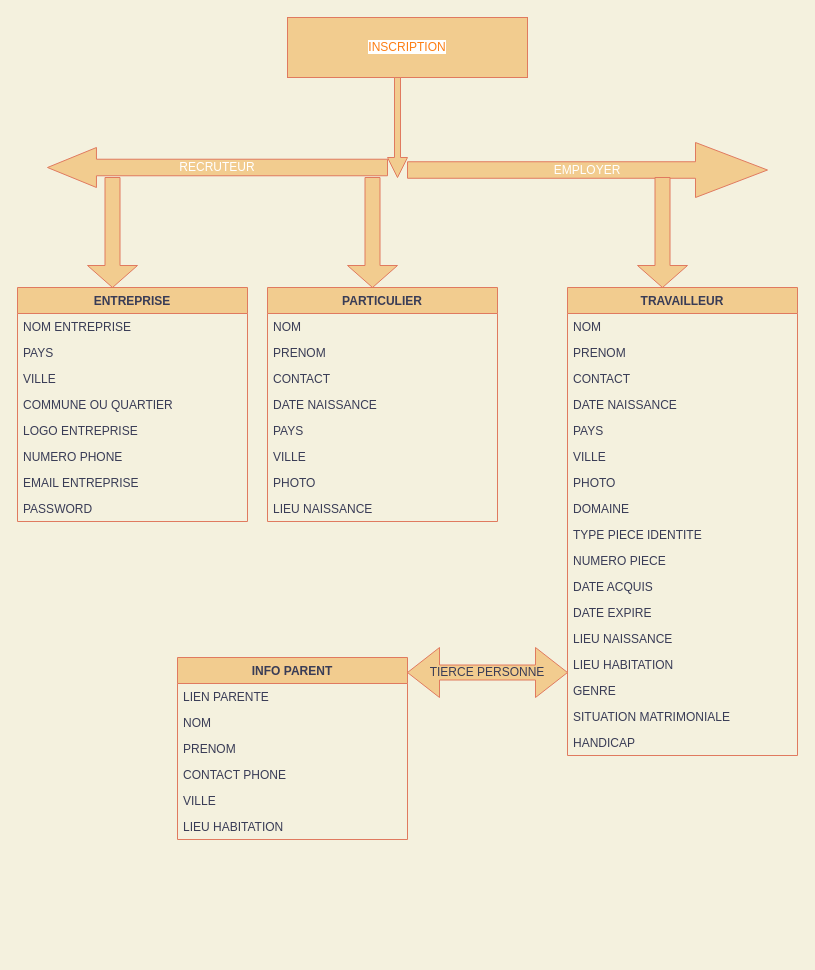
DavidDem249/diagrams keeps this draw.io diagram as AT_RM.drawio. Above is the earlier version. Source tidied: cells renumbered, new cells numbered last; positions are measured from the earlier drawing's top-left corner, leaving out a move shared by most shapes. Both pictures are drawn from the tidied source at 100%, with x=0, y=0 at pixel (17, 17).
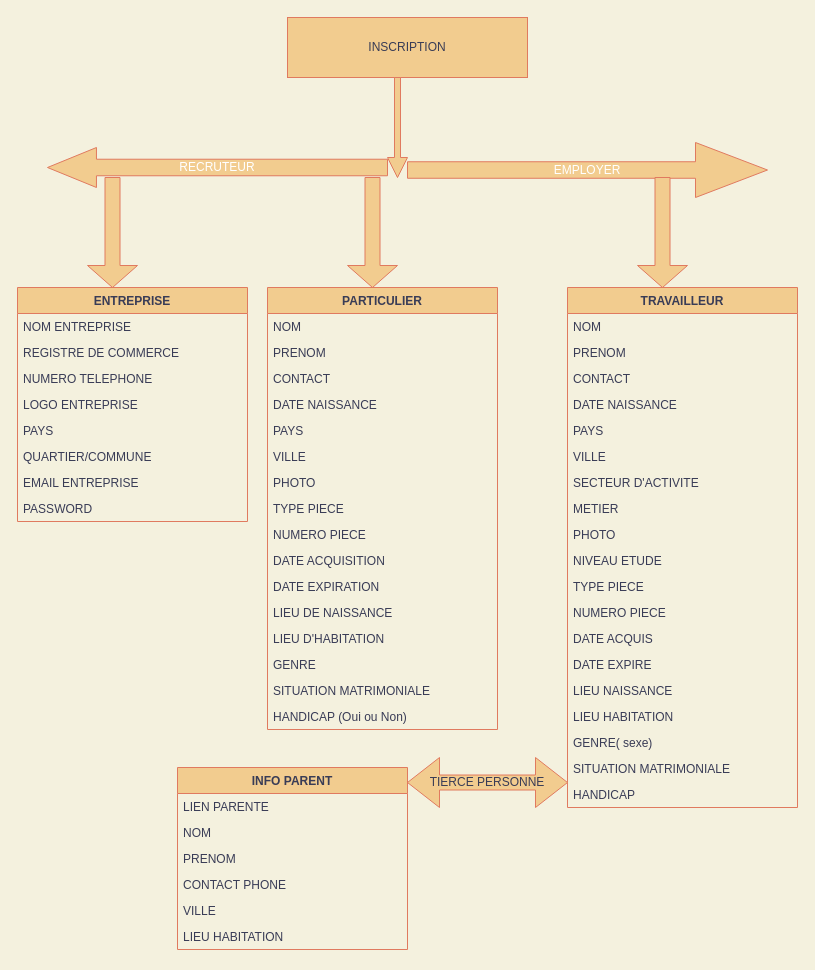
After the change.

The change refers to these unchanged cells:
```xml
<mxCell id="9" value="ENTREPRISE" style="swimlane;fontStyle=1;align=center;verticalAlign=top;horizontal=1;startSize=26;strokeColor=#E07A5F;fillColor=#F2CC8F;fontColor=#393C56;" parent="1" vertex="1">
  <mxGeometry y="270" width="230" height="234" as="geometry" />
</mxCell>
```

The edit, as a diff of the source:
```diff
@@
-    <mxCell id="2" value="&lt;span style=&quot;background-color: rgb(255 , 255 , 255)&quot;&gt;&lt;font color=&quot;#fd7e14&quot;&gt;INSCRIPTION&lt;/font&gt;&lt;/span&gt;" style="rounded=0;whiteSpace=wrap;html=1;fillColor=#F2CC8F;strokeColor=#E07A5F;fontColor=#393C56;" parent="1" vertex="1">
+    <mxCell id="2" value="INSCRIPTION" style="rounded=0;whiteSpace=wrap;html=1;fillColor=#F2CC8F;strokeColor=#E07A5F;fontColor=#393C56;" parent="1" vertex="1">
       <mxGeometry x="270" width="240" height="60" as="geometry" />
     </mxCell>
@@
-    <mxCell id="11" value="PAYS" style="text;strokeColor=none;fillColor=none;align=left;verticalAlign=top;spacingLeft=4;spacingRight=4;overflow=hidden;fontColor=#393C56;" parent="9" vertex="1">
+    <mxCell id="11" value="REGISTRE DE COMMERCE" style="text;strokeColor=none;fillColor=none;align=left;verticalAlign=top;spacingLeft=4;spacingRight=4;overflow=hidden;fontColor=#393C56;" parent="9" vertex="1">
       <mxGeometry y="52" width="230" height="26" as="geometry" />
     </mxCell>
-    <mxCell id="12" value="VILLE" style="text;strokeColor=none;fillColor=none;align=left;verticalAlign=top;spacingLeft=4;spacingRight=4;overflow=hidden;fontColor=#393C56;" parent="9" vertex="1">
+    <mxCell id="12" value="NUMERO TELEPHONE" style="text;strokeColor=none;fillColor=none;align=left;verticalAlign=top;spacingLeft=4;spacingRight=4;overflow=hidden;fontColor=#393C56;" parent="9" vertex="1">
       <mxGeometry y="78" width="230" height="26" as="geometry" />
     </mxCell>
+    <mxCell id="14" value="LOGO ENTREPRISE" style="text;strokeColor=none;fillColor=none;align=left;verticalAlign=top;spacingLeft=4;spacingRight=4;overflow=hidden;fontColor=#393C56;" parent="9" vertex="1">
+      <mxGeometry y="104" width="230" height="26" as="geometry" />
+    </mxCell>
-    <mxCell id="13" value="COMMUNE OU QUARTIER " style="text;strokeColor=none;fillColor=none;align=left;verticalAlign=top;spacingLeft=4;spacingRight=4;overflow=hidden;fontColor=#393C56;" parent="9" vertex="1">
-      <mxGeometry y="104" width="230" height="26" as="geometry" />
+    <mxCell id="13" value="PAYS" style="text;strokeColor=none;fillColor=none;align=left;verticalAlign=top;spacingLeft=4;spacingRight=4;overflow=hidden;fontColor=#393C56;" parent="9" vertex="1">
+      <mxGeometry y="130" width="230" height="26" as="geometry" />
     </mxCell>
-    <mxCell id="14" value="LOGO ENTREPRISE" style="text;strokeColor=none;fillColor=none;align=left;verticalAlign=top;spacingLeft=4;spacingRight=4;overflow=hidden;fontColor=#393C56;" parent="9" vertex="1">
-      <mxGeometry y="130" width="230" height="26" as="geometry" />
-    </mxCell>
-    <mxCell id="15" value="NUMERO PHONE" style="text;strokeColor=none;fillColor=none;align=left;verticalAlign=top;spacingLeft=4;spacingRight=4;overflow=hidden;fontColor=#393C56;" parent="9" vertex="1">
+    <mxCell id="15" value="QUARTIER/COMMUNE" style="text;strokeColor=none;fillColor=none;align=left;verticalAlign=top;spacingLeft=4;spacingRight=4;overflow=hidden;fontColor=#393C56;" parent="9" vertex="1">
       <mxGeometry y="156" width="230" height="26" as="geometry" />
     </mxCell>
@@
     <mxCell id="18" value="TRAVAILLEUR" style="swimlane;fontStyle=1;align=center;verticalAlign=top;horizontal=1;startSize=26;strokeColor=#E07A5F;fillColor=#F2CC8F;fontColor=#393C56;" parent="1" vertex="1">
-      <mxGeometry x="550" y="270" width="230" height="468" as="geometry" />
+      <mxGeometry x="550" y="270" width="230" height="520" as="geometry" />
     </mxCell>
@@
+    <mxCell id="26" value="SECTEUR D'ACTIVITE" style="text;strokeColor=none;fillColor=none;align=left;verticalAlign=top;spacingLeft=4;spacingRight=4;overflow=hidden;fontColor=#393C56;" parent="18" vertex="1">
+      <mxGeometry y="182" width="230" height="26" as="geometry" />
+    </mxCell>
+    <mxCell id="53" value="METIER" style="text;strokeColor=none;fillColor=none;align=left;verticalAlign=top;spacingLeft=4;spacingRight=4;overflow=hidden;fontColor=#393C56;" parent="18" vertex="1">
+      <mxGeometry y="208" width="230" height="26" as="geometry" />
+    </mxCell>
     <mxCell id="25" value="PHOTO" style="text;strokeColor=none;fillColor=none;align=left;verticalAlign=top;spacingLeft=4;spacingRight=4;overflow=hidden;fontColor=#393C56;" parent="18" vertex="1">
-      <mxGeometry y="182" width="230" height="26" as="geometry" />
+      <mxGeometry y="234" width="230" height="26" as="geometry" />
     </mxCell>
-    <mxCell id="26" value="DOMAINE" style="text;strokeColor=none;fillColor=none;align=left;verticalAlign=top;spacingLeft=4;spacingRight=4;overflow=hidden;fontColor=#393C56;" parent="18" vertex="1">
-      <mxGeometry y="208" width="230" height="26" as="geometry" />
-    </mxCell>
+    <mxCell id="54" value="NIVEAU ETUDE" style="text;strokeColor=none;fillColor=none;align=left;verticalAlign=top;spacingLeft=4;spacingRight=4;overflow=hidden;fontColor=#393C56;" parent="18" vertex="1">
+      <mxGeometry y="260" width="230" height="26" as="geometry" />
+    </mxCell>
-    <mxCell id="27" value="TYPE PIECE IDENTITE" style="text;strokeColor=none;fillColor=none;align=left;verticalAlign=top;spacingLeft=4;spacingRight=4;overflow=hidden;fontColor=#393C56;" parent="18" vertex="1">
-      <mxGeometry y="234" width="230" height="26" as="geometry" />
+    <mxCell id="27" value="TYPE PIECE " style="text;strokeColor=none;fillColor=none;align=left;verticalAlign=top;spacingLeft=4;spacingRight=4;overflow=hidden;fontColor=#393C56;" parent="18" vertex="1">
+      <mxGeometry y="286" width="230" height="26" as="geometry" />
     </mxCell>
     <mxCell id="28" value="NUMERO PIECE" style="text;strokeColor=none;fillColor=none;align=left;verticalAlign=top;spacingLeft=4;spacingRight=4;overflow=hidden;fontColor=#393C56;" parent="18" vertex="1">
-      <mxGeometry y="260" width="230" height="26" as="geometry" />
+      <mxGeometry y="312" width="230" height="26" as="geometry" />
     </mxCell>
     <mxCell id="29" value="DATE ACQUIS" style="text;strokeColor=none;fillColor=none;align=left;verticalAlign=top;spacingLeft=4;spacingRight=4;overflow=hidden;fontColor=#393C56;" parent="18" vertex="1">
-      <mxGeometry y="286" width="230" height="26" as="geometry" />
+      <mxGeometry y="338" width="230" height="26" as="geometry" />
     </mxCell>
     <mxCell id="30" value="DATE EXPIRE" style="text;strokeColor=none;fillColor=none;align=left;verticalAlign=top;spacingLeft=4;spacingRight=4;overflow=hidden;fontColor=#393C56;" parent="18" vertex="1">
-      <mxGeometry y="312" width="230" height="26" as="geometry" />
+      <mxGeometry y="364" width="230" height="26" as="geometry" />
     </mxCell>
     <mxCell id="31" value="LIEU NAISSANCE" style="text;strokeColor=none;fillColor=none;align=left;verticalAlign=top;spacingLeft=4;spacingRight=4;overflow=hidden;fontColor=#393C56;" parent="18" vertex="1">
-      <mxGeometry y="338" width="230" height="26" as="geometry" />
+      <mxGeometry y="390" width="230" height="26" as="geometry" />
     </mxCell>
     <mxCell id="32" value="LIEU HABITATION" style="text;strokeColor=none;fillColor=none;align=left;verticalAlign=top;spacingLeft=4;spacingRight=4;overflow=hidden;fontColor=#393C56;" parent="18" vertex="1">
-      <mxGeometry y="364" width="230" height="26" as="geometry" />
+      <mxGeometry y="416" width="230" height="26" as="geometry" />
     </mxCell>
-    <mxCell id="33" value="GENRE" style="text;strokeColor=none;fillColor=none;align=left;verticalAlign=top;spacingLeft=4;spacingRight=4;overflow=hidden;fontColor=#393C56;" parent="18" vertex="1">
-      <mxGeometry y="390" width="230" height="26" as="geometry" />
+    <mxCell id="33" value="GENRE( sexe) " style="text;strokeColor=none;fillColor=none;align=left;verticalAlign=top;spacingLeft=4;spacingRight=4;overflow=hidden;fontColor=#393C56;" parent="18" vertex="1">
+      <mxGeometry y="442" width="230" height="26" as="geometry" />
     </mxCell>
     <mxCell id="34" value="SITUATION MATRIMONIALE " style="text;strokeColor=none;fillColor=none;align=left;verticalAlign=top;spacingLeft=4;spacingRight=4;overflow=hidden;fontColor=#393C56;" parent="18" vertex="1">
-      <mxGeometry y="416" width="230" height="26" as="geometry" />
+      <mxGeometry y="468" width="230" height="26" as="geometry" />
     </mxCell>
     <mxCell id="35" value="HANDICAP " style="text;strokeColor=none;fillColor=none;align=left;verticalAlign=top;spacingLeft=4;spacingRight=4;overflow=hidden;fontColor=#393C56;" parent="18" vertex="1">
-      <mxGeometry y="442" width="230" height="26" as="geometry" />
+      <mxGeometry y="494" width="230" height="26" as="geometry" />
     </mxCell>
     <mxCell id="36" value="PARTICULIER" style="swimlane;fontStyle=1;align=center;verticalAlign=top;horizontal=1;startSize=26;strokeColor=#E07A5F;fillColor=#F2CC8F;fontColor=#393C56;" parent="1" vertex="1">
-      <mxGeometry x="250" y="270" width="230" height="234" as="geometry" />
+      <mxGeometry x="250" y="270" width="230" height="442" as="geometry" />
     </mxCell>
@@
-    <mxCell id="44" value="LIEU NAISSANCE" style="text;strokeColor=none;fillColor=none;align=left;verticalAlign=top;spacingLeft=4;spacingRight=4;overflow=hidden;fontColor=#393C56;" parent="36" vertex="1">
+    <mxCell id="44" value="TYPE PIECE" style="text;strokeColor=none;fillColor=none;align=left;verticalAlign=top;spacingLeft=4;spacingRight=4;overflow=hidden;fontColor=#393C56;" parent="36" vertex="1">
       <mxGeometry y="208" width="230" height="26" as="geometry" />
     </mxCell>
+    <mxCell id="55" value="NUMERO PIECE" style="text;strokeColor=none;fillColor=none;align=left;verticalAlign=top;spacingLeft=4;spacingRight=4;overflow=hidden;fontColor=#393C56;" parent="36" vertex="1">
+      <mxGeometry y="234" width="230" height="26" as="geometry" />
+    </mxCell>
+    <mxCell id="56" value="DATE ACQUISITION" style="text;strokeColor=none;fillColor=none;align=left;verticalAlign=top;spacingLeft=4;spacingRight=4;overflow=hidden;fontColor=#393C56;" parent="36" vertex="1">
+      <mxGeometry y="260" width="230" height="26" as="geometry" />
+    </mxCell>
+    <mxCell id="57" value="DATE EXPIRATION" style="text;strokeColor=none;fillColor=none;align=left;verticalAlign=top;spacingLeft=4;spacingRight=4;overflow=hidden;fontColor=#393C56;" parent="36" vertex="1">
+      <mxGeometry y="286" width="230" height="26" as="geometry" />
+    </mxCell>
+    <mxCell id="58" value="LIEU DE NAISSANCE" style="text;strokeColor=none;fillColor=none;align=left;verticalAlign=top;spacingLeft=4;spacingRight=4;overflow=hidden;fontColor=#393C56;" parent="36" vertex="1">
+      <mxGeometry y="312" width="230" height="26" as="geometry" />
+    </mxCell>
+    <mxCell id="59" value="LIEU D'HABITATION" style="text;strokeColor=none;fillColor=none;align=left;verticalAlign=top;spacingLeft=4;spacingRight=4;overflow=hidden;fontColor=#393C56;" parent="36" vertex="1">
+      <mxGeometry y="338" width="230" height="26" as="geometry" />
+    </mxCell>
+    <mxCell id="60" value="GENRE" style="text;strokeColor=none;fillColor=none;align=left;verticalAlign=top;spacingLeft=4;spacingRight=4;overflow=hidden;fontColor=#393C56;" parent="36" vertex="1">
+      <mxGeometry y="364" width="230" height="26" as="geometry" />
+    </mxCell>
+    <mxCell id="61" value="SITUATION MATRIMONIALE" style="text;strokeColor=none;fillColor=none;align=left;verticalAlign=top;spacingLeft=4;spacingRight=4;overflow=hidden;fontColor=#393C56;" parent="36" vertex="1">
+      <mxGeometry y="390" width="230" height="26" as="geometry" />
+    </mxCell>
+    <mxCell id="62" value="HANDICAP (Oui ou Non)" style="text;strokeColor=none;fillColor=none;align=left;verticalAlign=top;spacingLeft=4;spacingRight=4;overflow=hidden;fontColor=#393C56;" parent="36" vertex="1">
+      <mxGeometry y="416" width="230" height="26" as="geometry" />
+    </mxCell>
     <mxCell id="45" value="TIERCE PERSONNE" style="shape=doubleArrow;whiteSpace=wrap;html=1;fontColor=#393C56;strokeColor=#E07A5F;fillColor=#F2CC8F;" parent="1" vertex="1">
-      <mxGeometry x="390" y="630" width="160" height="50" as="geometry" />
+      <mxGeometry x="390" y="740" width="160" height="50" as="geometry" />
     </mxCell>
     <mxCell id="46" value="INFO PARENT" style="swimlane;fontStyle=1;align=center;verticalAlign=top;horizontal=1;startSize=26;strokeColor=#E07A5F;fillColor=#F2CC8F;fontColor=#393C56;" parent="1" vertex="1">
-      <mxGeometry x="160" y="640" width="230" height="182" as="geometry" />
+      <mxGeometry x="160" y="750" width="230" height="182" as="geometry" />
     </mxCell>
```
